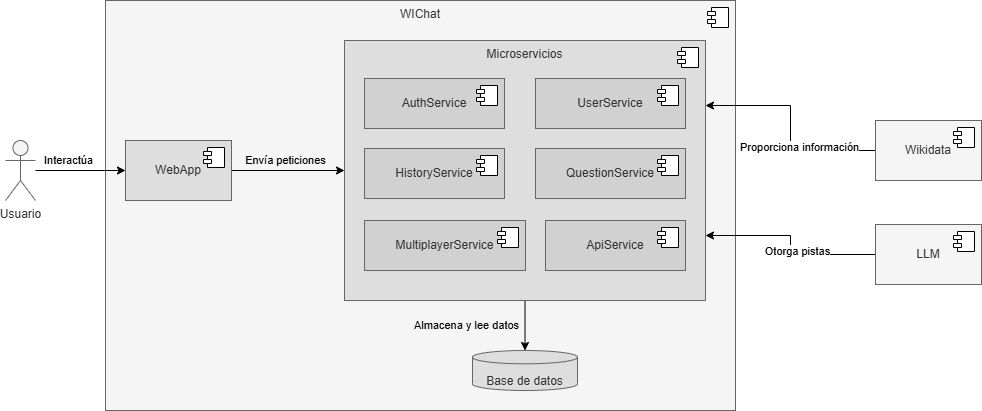
This is docs/images/05_VistaBloques_Nivel3.png from Arquisoft/wichat_es1b, a draw.io export, as it was before one commit. Source tidied: cells renumbered, new cells last; positions are measured from the earlier drawing's top-left corner, leaving out a move shared by most shapes. The source it was exported from:
```xml
<mxGraphModel>
  <root>
    <mxCell id="0" />
    <mxCell id="1" parent="0" />
    <mxCell id="2" value="Usuario" style="shape=umlActor;verticalLabelPosition=bottom;verticalAlign=top;html=1;outlineConnect=0;fillColor=#f5f5f5;strokeColor=#666666;fontColor=#333333;" parent="1" vertex="1">
      <mxGeometry y="140" width="30" height="60" as="geometry" />
    </mxCell>
    <mxCell id="3" value="WIChat" style="html=1;whiteSpace=wrap;fillColor=#f5f5f5;fontColor=#333333;strokeColor=#666666;verticalAlign=top;" parent="1" vertex="1">
      <mxGeometry x="100" width="630" height="410" as="geometry" />
    </mxCell>
    <mxCell id="4" style="shape=module;jettyWidth=8;jettyHeight=4;" parent="3" vertex="1">
      <mxGeometry x="1" width="21" height="20" relative="1" as="geometry">
        <mxPoint x="-28" y="7" as="offset" />
      </mxGeometry>
    </mxCell>
    <mxCell id="5" value="Proporciona información" style="edgeStyle=orthogonalEdgeStyle;rounded=0;jettySize=auto;html=1;entryX=1;entryY=0.25;entryDx=0;entryDy=0;" parent="1" edge="1" source="6" target="13">
      <mxGeometry x="-0.18" y="-10" relative="1" as="geometry">
        <mxPoint x="-1" as="offset" />
      </mxGeometry>
    </mxCell>
    <mxCell id="6" value="Wikidata" style="html=1;whiteSpace=wrap;fillColor=#f5f5f5;fontColor=#333333;strokeColor=#666666;" parent="1" vertex="1">
      <mxGeometry x="870" y="120" width="106" height="60" as="geometry" />
    </mxCell>
    <mxCell id="7" style="shape=module;jettyWidth=8;jettyHeight=4;" parent="6" vertex="1">
      <mxGeometry x="1" width="21" height="20" relative="1" as="geometry">
        <mxPoint x="-28" y="7" as="offset" />
      </mxGeometry>
    </mxCell>
    <mxCell id="8" value="Envía peticiones" style="edgeStyle=orthogonalEdgeStyle;rounded=0;jettySize=auto;html=1;entryX=0;entryY=0.5;entryDx=0;entryDy=0;labelBackgroundColor=none;" parent="1" edge="1" source="9" target="13">
      <mxGeometry x="-0.04" y="10" relative="1" as="geometry" />
    </mxCell>
    <mxCell id="9" value="WebApp" style="html=1;whiteSpace=wrap;fillColor=#DEDEDE;fontColor=#333333;strokeColor=#666666;" parent="1" vertex="1">
      <mxGeometry x="120" y="140" width="106" height="60" as="geometry" />
    </mxCell>
    <mxCell id="10" style="shape=module;jettyWidth=8;jettyHeight=4;" parent="9" vertex="1">
      <mxGeometry x="1" width="21" height="20" relative="1" as="geometry">
        <mxPoint x="-28" y="7" as="offset" />
      </mxGeometry>
    </mxCell>
    <mxCell id="11" value="Interactúa" style="edgeStyle=orthogonalEdgeStyle;rounded=0;jettySize=auto;html=1;entryX=0;entryY=0.5;entryDx=0;entryDy=0;" parent="1" edge="1" source="2" target="9">
      <mxGeometry x="-0.27" y="10" relative="1" as="geometry" />
    </mxCell>
    <mxCell id="12" value="Almacena y lee datos" style="edgeStyle=orthogonalEdgeStyle;rounded=0;jettySize=auto;html=1;labelBackgroundColor=none;" parent="1" edge="1" source="13" target="15">
      <mxGeometry y="-59" relative="1" as="geometry" />
    </mxCell>
    <mxCell id="13" value="Microservicios" style="html=1;whiteSpace=wrap;fillColor=#DEDEDE;fontColor=#333333;strokeColor=#666666;verticalAlign=top;align=center;" parent="1" vertex="1">
      <mxGeometry x="339" y="40" width="361" height="260" as="geometry" />
    </mxCell>
    <mxCell id="14" style="shape=module;jettyWidth=8;jettyHeight=4;" parent="13" vertex="1">
      <mxGeometry x="1" width="21" height="20" relative="1" as="geometry">
        <mxPoint x="-28" y="7" as="offset" />
      </mxGeometry>
    </mxCell>
    <mxCell id="15" value="Base de datos" style="strokeWidth=1;html=1;shape=mxgraph.flowchart.database;whiteSpace=wrap;strokeColor=#666666;fillColor=#DEDEDE;fontColor=#333333;verticalAlign=bottom;" parent="1" vertex="1">
      <mxGeometry x="467" y="350" width="105" height="40" as="geometry" />
    </mxCell>
    <mxCell id="16" value="UserService" style="html=1;whiteSpace=wrap;fillColor=#D1D1D1;fontColor=#333333;strokeColor=#666666;align=center;" parent="1" vertex="1">
      <mxGeometry x="530" y="78" width="150" height="50" as="geometry" />
    </mxCell>
    <mxCell id="17" style="shape=module;jettyWidth=8;jettyHeight=4;" parent="16" vertex="1">
      <mxGeometry x="1" width="21" height="20" relative="1" as="geometry">
        <mxPoint x="-28" y="7" as="offset" />
      </mxGeometry>
    </mxCell>
    <mxCell id="18" value="AuthService" style="html=1;whiteSpace=wrap;fillColor=#D1D1D1;fontColor=#333333;strokeColor=#666666;align=center;" parent="1" vertex="1">
      <mxGeometry x="359" y="78" width="140" height="50" as="geometry" />
    </mxCell>
    <mxCell id="19" style="shape=module;jettyWidth=8;jettyHeight=4;" parent="18" vertex="1">
      <mxGeometry x="1" width="21" height="20" relative="1" as="geometry">
        <mxPoint x="-28" y="7" as="offset" />
      </mxGeometry>
    </mxCell>
    <mxCell id="20" value="QuestionService" style="html=1;whiteSpace=wrap;fillColor=#D1D1D1;fontColor=#333333;strokeColor=#666666;align=center;" parent="1" vertex="1">
      <mxGeometry x="530" y="148" width="150" height="50" as="geometry" />
    </mxCell>
    <mxCell id="21" style="shape=module;jettyWidth=8;jettyHeight=4;" parent="20" vertex="1">
      <mxGeometry x="1" width="21" height="20" relative="1" as="geometry">
        <mxPoint x="-28" y="7" as="offset" />
      </mxGeometry>
    </mxCell>
    <mxCell id="22" value="HistoryService" style="html=1;whiteSpace=wrap;fillColor=#D1D1D1;fontColor=#333333;strokeColor=#666666;align=center;" parent="1" vertex="1">
      <mxGeometry x="359" y="148" width="140" height="50" as="geometry" />
    </mxCell>
    <mxCell id="23" style="shape=module;jettyWidth=8;jettyHeight=4;" parent="22" vertex="1">
      <mxGeometry x="1" width="21" height="20" relative="1" as="geometry">
        <mxPoint x="-28" y="7" as="offset" />
      </mxGeometry>
    </mxCell>
    <mxCell id="24" value="MultiplayerService" style="html=1;whiteSpace=wrap;fillColor=#D1D1D1;fontColor=#333333;strokeColor=#666666;align=center;" parent="1" vertex="1">
      <mxGeometry x="359" y="220" width="161" height="50" as="geometry" />
    </mxCell>
    <mxCell id="25" style="shape=module;jettyWidth=8;jettyHeight=4;" parent="24" vertex="1">
      <mxGeometry x="1" width="21" height="20" relative="1" as="geometry">
        <mxPoint x="-28" y="7" as="offset" />
      </mxGeometry>
    </mxCell>
    <mxCell id="26" value="ApiService" style="html=1;whiteSpace=wrap;fillColor=#D1D1D1;fontColor=#333333;strokeColor=#666666;align=center;" parent="1" vertex="1">
      <mxGeometry x="540" y="220" width="140" height="50" as="geometry" />
    </mxCell>
    <mxCell id="27" style="shape=module;jettyWidth=8;jettyHeight=4;" parent="26" vertex="1">
      <mxGeometry x="1" width="21" height="20" relative="1" as="geometry">
        <mxPoint x="-28" y="7" as="offset" />
      </mxGeometry>
    </mxCell>
    <mxCell id="28" style="edgeStyle=orthogonalEdgeStyle;rounded=0;jettySize=auto;html=1;entryX=1;entryY=0.75;entryDx=0;entryDy=0;" parent="1" edge="1" source="30" target="13">
      <mxGeometry relative="1" as="geometry" />
    </mxCell>
    <mxCell id="29" value="Otorga pistas" style="edgeLabel;html=1;align=center;verticalAlign=middle;" parent="28" vertex="1">
      <mxGeometry x="-0.16" y="-4" relative="1" as="geometry" />
    </mxCell>
    <mxCell id="30" value="LLM" style="html=1;whiteSpace=wrap;fillColor=#f5f5f5;fontColor=#333333;strokeColor=#666666;" parent="1" vertex="1">
      <mxGeometry x="870" y="224" width="106" height="60" as="geometry" />
    </mxCell>
    <mxCell id="31" style="shape=module;jettyWidth=8;jettyHeight=4;" parent="30" vertex="1">
      <mxGeometry x="1" width="21" height="20" relative="1" as="geometry">
        <mxPoint x="-28" y="7" as="offset" />
      </mxGeometry>
    </mxCell>
  </root>
</mxGraphModel>
```
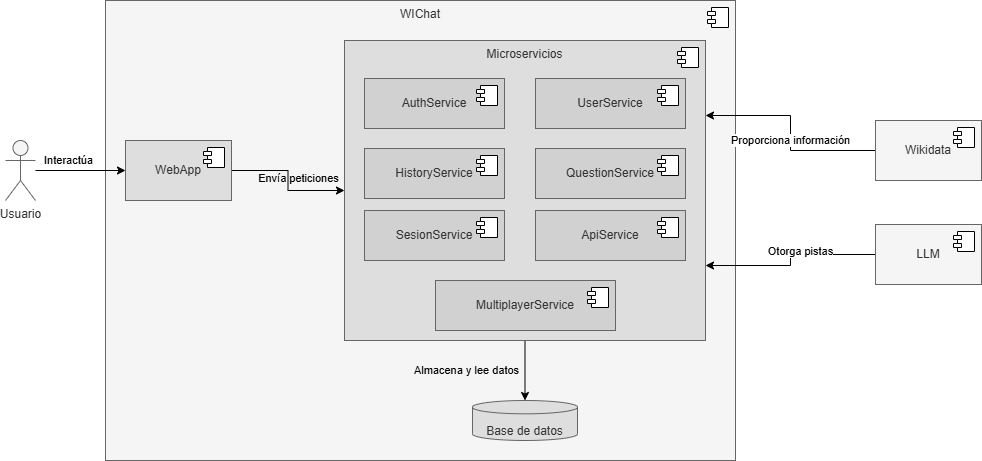
The same file after the commit.

Commit message:
Cambio diagrama 5.3

Diff of the diagram source:
```diff
@@ -6,7 +6,7 @@
       <mxGeometry y="140" width="30" height="60" as="geometry" />
     </mxCell>
     <mxCell id="3" value="WIChat" style="html=1;whiteSpace=wrap;fillColor=#f5f5f5;fontColor=#333333;strokeColor=#666666;verticalAlign=top;" parent="1" vertex="1">
-      <mxGeometry x="100" width="630" height="410" as="geometry" />
+      <mxGeometry x="100" width="630" height="460" as="geometry" />
     </mxCell>
     <mxCell id="4" style="shape=module;jettyWidth=8;jettyHeight=4;" parent="3" vertex="1">
       <mxGeometry x="1" width="21" height="20" relative="1" as="geometry">
@@ -44,7 +44,7 @@
       <mxGeometry y="-59" relative="1" as="geometry" />
     </mxCell>
     <mxCell id="13" value="Microservicios" style="html=1;whiteSpace=wrap;fillColor=#DEDEDE;fontColor=#333333;strokeColor=#666666;verticalAlign=top;align=center;" parent="1" vertex="1">
-      <mxGeometry x="339" y="40" width="361" height="260" as="geometry" />
+      <mxGeometry x="339" y="40" width="361" height="300" as="geometry" />
     </mxCell>
     <mxCell id="14" style="shape=module;jettyWidth=8;jettyHeight=4;" parent="13" vertex="1">
       <mxGeometry x="1" width="21" height="20" relative="1" as="geometry">
@@ -52,7 +52,7 @@
       </mxGeometry>
     </mxCell>
     <mxCell id="15" value="Base de datos" style="strokeWidth=1;html=1;shape=mxgraph.flowchart.database;whiteSpace=wrap;strokeColor=#666666;fillColor=#DEDEDE;fontColor=#333333;verticalAlign=bottom;" parent="1" vertex="1">
-      <mxGeometry x="467" y="350" width="105" height="40" as="geometry" />
+      <mxGeometry x="467" y="400" width="105" height="40" as="geometry" />
     </mxCell>
     <mxCell id="16" value="UserService" style="html=1;whiteSpace=wrap;fillColor=#D1D1D1;fontColor=#333333;strokeColor=#666666;align=center;" parent="1" vertex="1">
       <mxGeometry x="530" y="78" width="150" height="50" as="geometry" />
@@ -87,7 +87,7 @@
       </mxGeometry>
     </mxCell>
     <mxCell id="24" value="MultiplayerService" style="html=1;whiteSpace=wrap;fillColor=#D1D1D1;fontColor=#333333;strokeColor=#666666;align=center;" parent="1" vertex="1">
-      <mxGeometry x="359" y="220" width="161" height="50" as="geometry" />
+      <mxGeometry x="430" y="280" width="180" height="50" as="geometry" />
     </mxCell>
     <mxCell id="25" style="shape=module;jettyWidth=8;jettyHeight=4;" parent="24" vertex="1">
       <mxGeometry x="1" width="21" height="20" relative="1" as="geometry">
@@ -95,7 +95,7 @@
       </mxGeometry>
     </mxCell>
     <mxCell id="26" value="ApiService" style="html=1;whiteSpace=wrap;fillColor=#D1D1D1;fontColor=#333333;strokeColor=#666666;align=center;" parent="1" vertex="1">
-      <mxGeometry x="540" y="220" width="140" height="50" as="geometry" />
+      <mxGeometry x="530" y="210" width="150" height="50" as="geometry" />
     </mxCell>
     <mxCell id="27" style="shape=module;jettyWidth=8;jettyHeight=4;" parent="26" vertex="1">
       <mxGeometry x="1" width="21" height="20" relative="1" as="geometry">
@@ -116,5 +116,13 @@
         <mxPoint x="-28" y="7" as="offset" />
       </mxGeometry>
     </mxCell>
+    <mxCell id="32" value="SesionService" style="html=1;whiteSpace=wrap;fillColor=#D1D1D1;fontColor=#333333;strokeColor=#666666;align=center;" parent="1" vertex="1">
+      <mxGeometry x="359" y="210" width="140" height="50" as="geometry" />
+    </mxCell>
+    <mxCell id="33" style="shape=module;jettyWidth=8;jettyHeight=4;" parent="32" vertex="1">
+      <mxGeometry x="1" width="21" height="20" relative="1" as="geometry">
+        <mxPoint x="-28" y="7" as="offset" />
+      </mxGeometry>
+    </mxCell>
   </root>
 </mxGraphModel>
```
